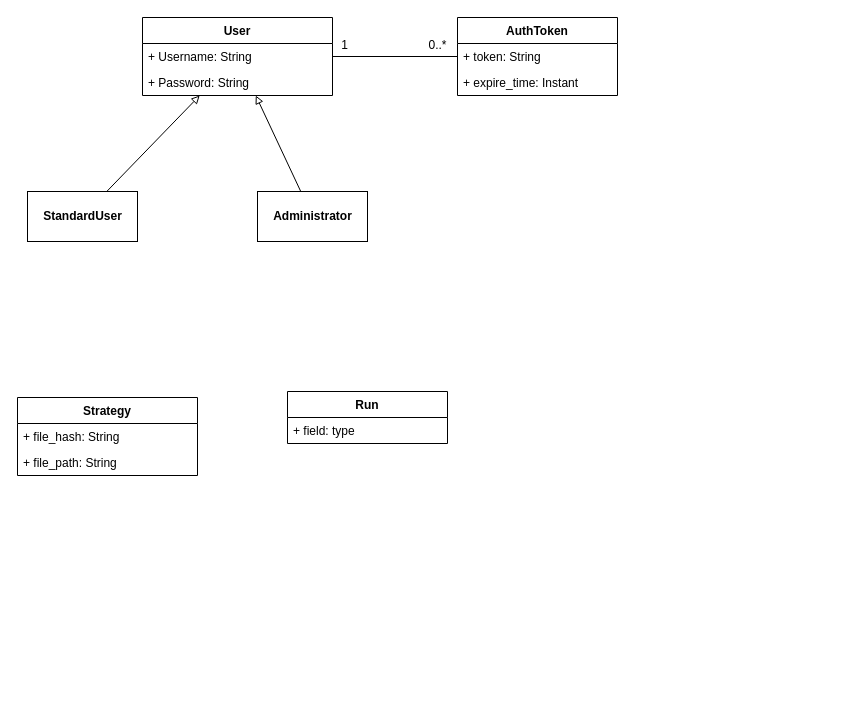
Earlier version of the draw.io diagram drawio/datamodel.drawio (nferrante1/lsmsd2). Source tidied: cells renumbered, new cells numbered last; positions are measured from the earlier drawing's top-left corner, leaving out a move shared by most shapes. Both pictures are drawn from the tidied source at 100%, with x=0, y=0 at pixel (17, 17).
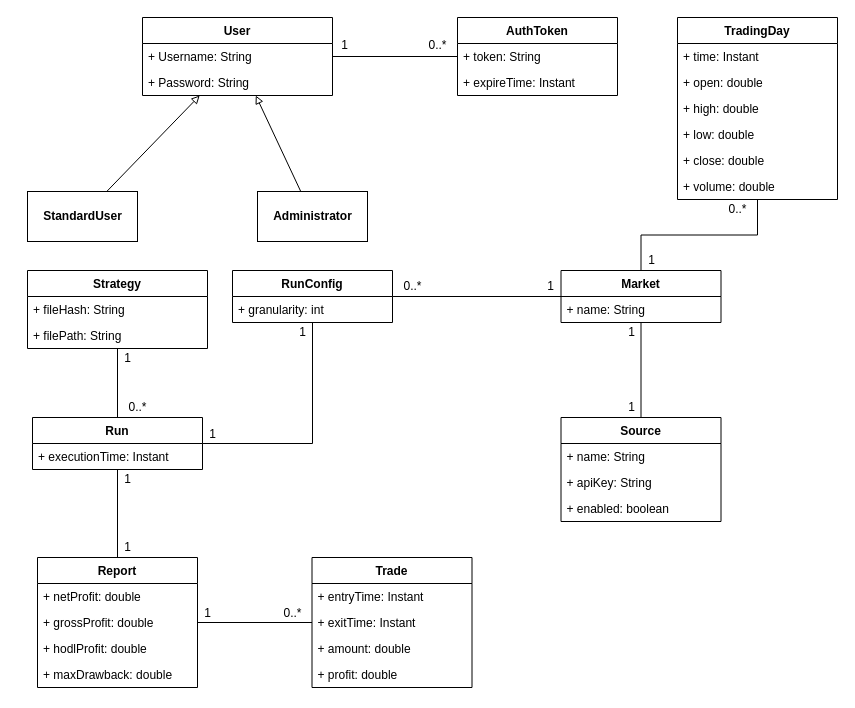
The same diagram, later.

Unchanged cells that the change refers to:
```xml
<mxCell id="14" value="AuthToken" style="swimlane;fontStyle=1;align=center;verticalAlign=top;horizontal=1;startSize=26;" parent="1" vertex="1">
  <mxGeometry x="440" width="160" height="78" as="geometry" />
</mxCell>
```

The edit, as a diff of the source:
```diff
@@
+    <mxCell id="21" style="edgeStyle=orthogonalEdgeStyle;rounded=0;jettySize=auto;html=1;endArrow=none;endFill=0;" parent="1" edge="1" source="6" target="19">
+      <mxGeometry relative="1" as="geometry" />
+    </mxCell>
     <mxCell id="6" value="Strategy" style="swimlane;fontStyle=1;align=center;verticalAlign=top;horizontal=1;startSize=26;" parent="1" vertex="1">
-      <mxGeometry y="380" width="180" height="78" as="geometry" />
+      <mxGeometry x="10" y="253" width="180" height="78" as="geometry" />
     </mxCell>
-    <mxCell id="7" value="+ file_hash: String" style="text;strokeColor=none;fillColor=none;align=left;verticalAlign=top;spacingLeft=4;spacingRight=4;overflow=hidden;" parent="6" vertex="1">
+    <mxCell id="7" value="+ fileHash: String" style="text;strokeColor=none;fillColor=none;align=left;verticalAlign=top;spacingLeft=4;spacingRight=4;overflow=hidden;" parent="6" vertex="1">
       <mxGeometry y="26" width="180" height="26" as="geometry" />
     </mxCell>
-    <mxCell id="8" value="+ file_path: String" style="text;strokeColor=none;fillColor=none;align=left;verticalAlign=top;spacingLeft=4;spacingRight=4;overflow=hidden;" parent="6" vertex="1">
+    <mxCell id="8" value="+ filePath: String" style="text;strokeColor=none;fillColor=none;align=left;verticalAlign=top;spacingLeft=4;spacingRight=4;overflow=hidden;" parent="6" vertex="1">
       <mxGeometry y="52" width="180" height="26" as="geometry" />
     </mxCell>
     <mxCell id="9" style="group;" parent="1" vertex="1">
-      <mxGeometry x="20" y="330" as="geometry" />
+      <mxGeometry x="130" y="222" as="geometry" />
     </mxCell>
@@
-    <mxCell id="16" value="+ expire_time: Instant" style="text;strokeColor=none;fillColor=none;align=left;verticalAlign=top;spacingLeft=4;spacingRight=4;overflow=hidden;" parent="14" vertex="1">
+    <mxCell id="16" value="+ expireTime: Instant" style="text;strokeColor=none;fillColor=none;align=left;verticalAlign=top;spacingLeft=4;spacingRight=4;overflow=hidden;" parent="14" vertex="1">
       <mxGeometry y="52" width="160" height="26" as="geometry" />
     </mxCell>
@@
+    <mxCell id="22" style="edgeStyle=orthogonalEdgeStyle;rounded=0;jettySize=auto;html=1;endArrow=none;endFill=0;" parent="1" edge="1" source="19" target="32">
+      <mxGeometry relative="1" as="geometry" />
+    </mxCell>
+    <mxCell id="23" style="edgeStyle=orthogonalEdgeStyle;rounded=0;jettySize=auto;html=1;endArrow=none;endFill=0;" parent="1" edge="1" source="19" target="25">
+      <mxGeometry relative="1" as="geometry" />
+    </mxCell>
     <mxCell id="19" value="Run" style="swimlane;fontStyle=1;align=center;verticalAlign=top;horizontal=1;startSize=26;" parent="1" vertex="1">
-      <mxGeometry x="270" y="374" width="160" height="52" as="geometry" />
+      <mxGeometry x="15" y="400" width="170" height="52" as="geometry" />
     </mxCell>
-    <mxCell id="20" value="+ field: type" style="text;strokeColor=none;fillColor=none;align=left;verticalAlign=top;spacingLeft=4;spacingRight=4;overflow=hidden;" parent="19" vertex="1">
-      <mxGeometry y="26" width="160" height="26" as="geometry" />
+    <mxCell id="20" value="+ executionTime: Instant" style="text;strokeColor=none;fillColor=none;align=left;verticalAlign=top;spacingLeft=4;spacingRight=4;overflow=hidden;" parent="19" vertex="1">
+      <mxGeometry y="26" width="170" height="26" as="geometry" />
     </mxCell>
+    <mxCell id="24" style="edgeStyle=orthogonalEdgeStyle;rounded=0;jettySize=auto;html=1;endArrow=none;endFill=0;" parent="1" edge="1" source="25" target="29">
+      <mxGeometry relative="1" as="geometry" />
+    </mxCell>
+    <mxCell id="25" value="RunConfig" style="swimlane;fontStyle=1;align=center;verticalAlign=top;horizontal=1;startSize=26;" parent="1" vertex="1">
+      <mxGeometry x="215" y="253" width="160" height="52" as="geometry" />
+    </mxCell>
+    <mxCell id="26" value="+ granularity: int" style="text;strokeColor=none;fillColor=none;align=left;verticalAlign=top;spacingLeft=4;spacingRight=4;overflow=hidden;" parent="25" vertex="1">
+      <mxGeometry y="26" width="160" height="26" as="geometry" />
+    </mxCell>
+    <mxCell id="27" style="edgeStyle=orthogonalEdgeStyle;rounded=0;jettySize=auto;html=1;endArrow=none;endFill=0;" parent="1" edge="1" source="29" target="51">
+      <mxGeometry relative="1" as="geometry" />
+    </mxCell>
+    <mxCell id="28" style="edgeStyle=orthogonalEdgeStyle;rounded=0;jettySize=auto;html=1;endArrow=none;endFill=0;" parent="1" edge="1" source="29" target="58">
+      <mxGeometry relative="1" as="geometry" />
+    </mxCell>
+    <mxCell id="29" value="Market" style="swimlane;fontStyle=1;align=center;verticalAlign=top;horizontal=1;startSize=26;" parent="1" vertex="1">
+      <mxGeometry x="543.5" y="253" width="160" height="52" as="geometry" />
+    </mxCell>
+    <mxCell id="30" value="+ name: String" style="text;strokeColor=none;fillColor=none;align=left;verticalAlign=top;spacingLeft=4;spacingRight=4;overflow=hidden;" parent="29" vertex="1">
+      <mxGeometry y="26" width="160" height="26" as="geometry" />
+    </mxCell>
+    <mxCell id="31" style="edgeStyle=orthogonalEdgeStyle;rounded=0;jettySize=auto;html=1;endArrow=none;endFill=0;" parent="1" edge="1" source="32" target="37">
+      <mxGeometry relative="1" as="geometry" />
+    </mxCell>
+    <mxCell id="32" value="Report" style="swimlane;fontStyle=1;align=center;verticalAlign=top;horizontal=1;startSize=26;" parent="1" vertex="1">
+      <mxGeometry x="20" y="540" width="160" height="130" as="geometry" />
+    </mxCell>
+    <mxCell id="33" value="+ netProfit: double" style="text;strokeColor=none;fillColor=none;align=left;verticalAlign=top;spacingLeft=4;spacingRight=4;overflow=hidden;" parent="32" vertex="1">
+      <mxGeometry y="26" width="160" height="26" as="geometry" />
+    </mxCell>
+    <mxCell id="34" value="+ grossProfit: double" style="text;strokeColor=none;fillColor=none;align=left;verticalAlign=top;spacingLeft=4;spacingRight=4;overflow=hidden;" parent="32" vertex="1">
+      <mxGeometry y="52" width="160" height="26" as="geometry" />
+    </mxCell>
+    <mxCell id="35" value="+ hodlProfit: double" style="text;strokeColor=none;fillColor=none;align=left;verticalAlign=top;spacingLeft=4;spacingRight=4;overflow=hidden;" parent="32" vertex="1">
+      <mxGeometry y="78" width="160" height="26" as="geometry" />
+    </mxCell>
+    <mxCell id="36" value="+ maxDrawback: double" style="text;strokeColor=none;fillColor=none;align=left;verticalAlign=top;spacingLeft=4;spacingRight=4;overflow=hidden;" parent="32" vertex="1">
+      <mxGeometry y="104" width="160" height="26" as="geometry" />
+    </mxCell>
+    <mxCell id="37" value="Trade" style="swimlane;fontStyle=1;align=center;verticalAlign=top;horizontal=1;startSize=26;" parent="1" vertex="1">
+      <mxGeometry x="294.5" y="540" width="160" height="130" as="geometry" />
+    </mxCell>
+    <mxCell id="38" value="+ entryTime: Instant" style="text;strokeColor=none;fillColor=none;align=left;verticalAlign=top;spacingLeft=4;spacingRight=4;overflow=hidden;" parent="37" vertex="1">
+      <mxGeometry y="26" width="160" height="26" as="geometry" />
+    </mxCell>
+    <mxCell id="39" value="+ exitTime: Instant" style="text;strokeColor=none;fillColor=none;align=left;verticalAlign=top;spacingLeft=4;spacingRight=4;overflow=hidden;" parent="37" vertex="1">
+      <mxGeometry y="52" width="160" height="26" as="geometry" />
+    </mxCell>
+    <mxCell id="40" value="+ amount: double" style="text;strokeColor=none;fillColor=none;align=left;verticalAlign=top;spacingLeft=4;spacingRight=4;overflow=hidden;" parent="37" vertex="1">
+      <mxGeometry y="78" width="160" height="26" as="geometry" />
+    </mxCell>
+    <mxCell id="41" value="+ profit: double" style="text;strokeColor=none;fillColor=none;align=left;verticalAlign=top;spacingLeft=4;spacingRight=4;overflow=hidden;" parent="37" vertex="1">
+      <mxGeometry y="104" width="160" height="26" as="geometry" />
+    </mxCell>
+    <mxCell id="42" value="0..*" style="text;html=1;align=center;verticalAlign=middle;" parent="1" vertex="1">
+      <mxGeometry x="254.5" y="586" width="40" height="20" as="geometry" />
+    </mxCell>
+    <mxCell id="43" value="1" style="text;html=1;align=center;verticalAlign=middle;" parent="1" vertex="1">
+      <mxGeometry x="180" y="586" width="20" height="20" as="geometry" />
+    </mxCell>
+    <mxCell id="44" value="1" style="text;html=1;align=center;verticalAlign=middle;" parent="1" vertex="1">
+      <mxGeometry x="522.5" y="259" width="20" height="20" as="geometry" />
+    </mxCell>
+    <mxCell id="45" value="1" style="text;html=1;align=center;verticalAlign=middle;" parent="1" vertex="1">
+      <mxGeometry x="100" y="520" width="20" height="20" as="geometry" />
+    </mxCell>
+    <mxCell id="46" value="1" style="text;html=1;align=center;verticalAlign=middle;" parent="1" vertex="1">
+      <mxGeometry x="100" y="331" width="20" height="20" as="geometry" />
+    </mxCell>
+    <mxCell id="47" value="1" style="text;html=1;align=center;verticalAlign=middle;" parent="1" vertex="1">
+      <mxGeometry x="603.5" y="305" width="20" height="20" as="geometry" />
+    </mxCell>
+    <mxCell id="48" value="1" style="text;html=1;align=center;verticalAlign=middle;" parent="1" vertex="1">
+      <mxGeometry x="603.5" y="380" width="20" height="20" as="geometry" />
+    </mxCell>
+    <mxCell id="49" value="1" style="text;html=1;align=center;verticalAlign=middle;" parent="1" vertex="1">
+      <mxGeometry x="100" y="452" width="20" height="20" as="geometry" />
+    </mxCell>
+    <mxCell id="50" value="0..*" style="text;html=1;align=center;verticalAlign=middle;" parent="1" vertex="1">
+      <mxGeometry x="100" y="380" width="40" height="20" as="geometry" />
+    </mxCell>
+    <mxCell id="51" value="TradingDay" style="swimlane;fontStyle=1;align=center;verticalAlign=top;horizontal=1;startSize=26;" parent="1" vertex="1">
+      <mxGeometry x="660" width="160" height="182" as="geometry" />
+    </mxCell>
+    <mxCell id="52" value="+ time: Instant" style="text;strokeColor=none;fillColor=none;align=left;verticalAlign=top;spacingLeft=4;spacingRight=4;overflow=hidden;" parent="51" vertex="1">
+      <mxGeometry y="26" width="160" height="26" as="geometry" />
+    </mxCell>
+    <mxCell id="53" value="+ open: double" style="text;strokeColor=none;fillColor=none;align=left;verticalAlign=top;spacingLeft=4;spacingRight=4;overflow=hidden;" parent="51" vertex="1">
+      <mxGeometry y="52" width="160" height="26" as="geometry" />
+    </mxCell>
+    <mxCell id="54" value="+ high: double" style="text;strokeColor=none;fillColor=none;align=left;verticalAlign=top;spacingLeft=4;spacingRight=4;overflow=hidden;" parent="51" vertex="1">
+      <mxGeometry y="78" width="160" height="26" as="geometry" />
+    </mxCell>
+    <mxCell id="55" value="+ low: double" style="text;strokeColor=none;fillColor=none;align=left;verticalAlign=top;spacingLeft=4;spacingRight=4;overflow=hidden;" parent="51" vertex="1">
+      <mxGeometry y="104" width="160" height="26" as="geometry" />
+    </mxCell>
+    <mxCell id="56" value="+ close: double" style="text;strokeColor=none;fillColor=none;align=left;verticalAlign=top;spacingLeft=4;spacingRight=4;overflow=hidden;" parent="51" vertex="1">
+      <mxGeometry y="130" width="160" height="26" as="geometry" />
+    </mxCell>
+    <mxCell id="57" value="+ volume: double" style="text;strokeColor=none;fillColor=none;align=left;verticalAlign=top;spacingLeft=4;spacingRight=4;overflow=hidden;" parent="51" vertex="1">
+      <mxGeometry y="156" width="160" height="26" as="geometry" />
+    </mxCell>
+    <mxCell id="58" value="Source" style="swimlane;fontStyle=1;align=center;verticalAlign=top;horizontal=1;startSize=26;" parent="1" vertex="1">
+      <mxGeometry x="543.5" y="400" width="160" height="104" as="geometry" />
+    </mxCell>
+    <mxCell id="59" value="+ name: String" style="text;strokeColor=none;fillColor=none;align=left;verticalAlign=top;spacingLeft=4;spacingRight=4;overflow=hidden;" parent="58" vertex="1">
+      <mxGeometry y="26" width="160" height="26" as="geometry" />
+    </mxCell>
+    <mxCell id="60" value="+ apiKey: String" style="text;strokeColor=none;fillColor=none;align=left;verticalAlign=top;spacingLeft=4;spacingRight=4;overflow=hidden;" parent="58" vertex="1">
+      <mxGeometry y="52" width="160" height="26" as="geometry" />
+    </mxCell>
+    <mxCell id="61" value="+ enabled: boolean" style="text;strokeColor=none;fillColor=none;align=left;verticalAlign=top;spacingLeft=4;spacingRight=4;overflow=hidden;" parent="58" vertex="1">
+      <mxGeometry y="78" width="160" height="26" as="geometry" />
+    </mxCell>
+    <mxCell id="62" value="0..*" style="text;html=1;align=center;verticalAlign=middle;" parent="1" vertex="1">
+      <mxGeometry x="375" y="259" width="40" height="20" as="geometry" />
+    </mxCell>
+    <mxCell id="63" value="1" style="text;html=1;align=center;verticalAlign=middle;" parent="1" vertex="1">
+      <mxGeometry x="274.5" y="305" width="20" height="20" as="geometry" />
+    </mxCell>
+    <mxCell id="64" value="1" style="text;html=1;align=center;verticalAlign=middle;" parent="1" vertex="1">
+      <mxGeometry x="185" y="407" width="20" height="20" as="geometry" />
+    </mxCell>
+    <mxCell id="65" value="1" style="text;html=1;align=center;verticalAlign=middle;" parent="1" vertex="1">
+      <mxGeometry x="623.5" y="233" width="20" height="20" as="geometry" />
+    </mxCell>
+    <mxCell id="66" value="0..*" style="text;html=1;align=center;verticalAlign=middle;" parent="1" vertex="1">
+      <mxGeometry x="700" y="182" width="40" height="20" as="geometry" />
+    </mxCell>
```
